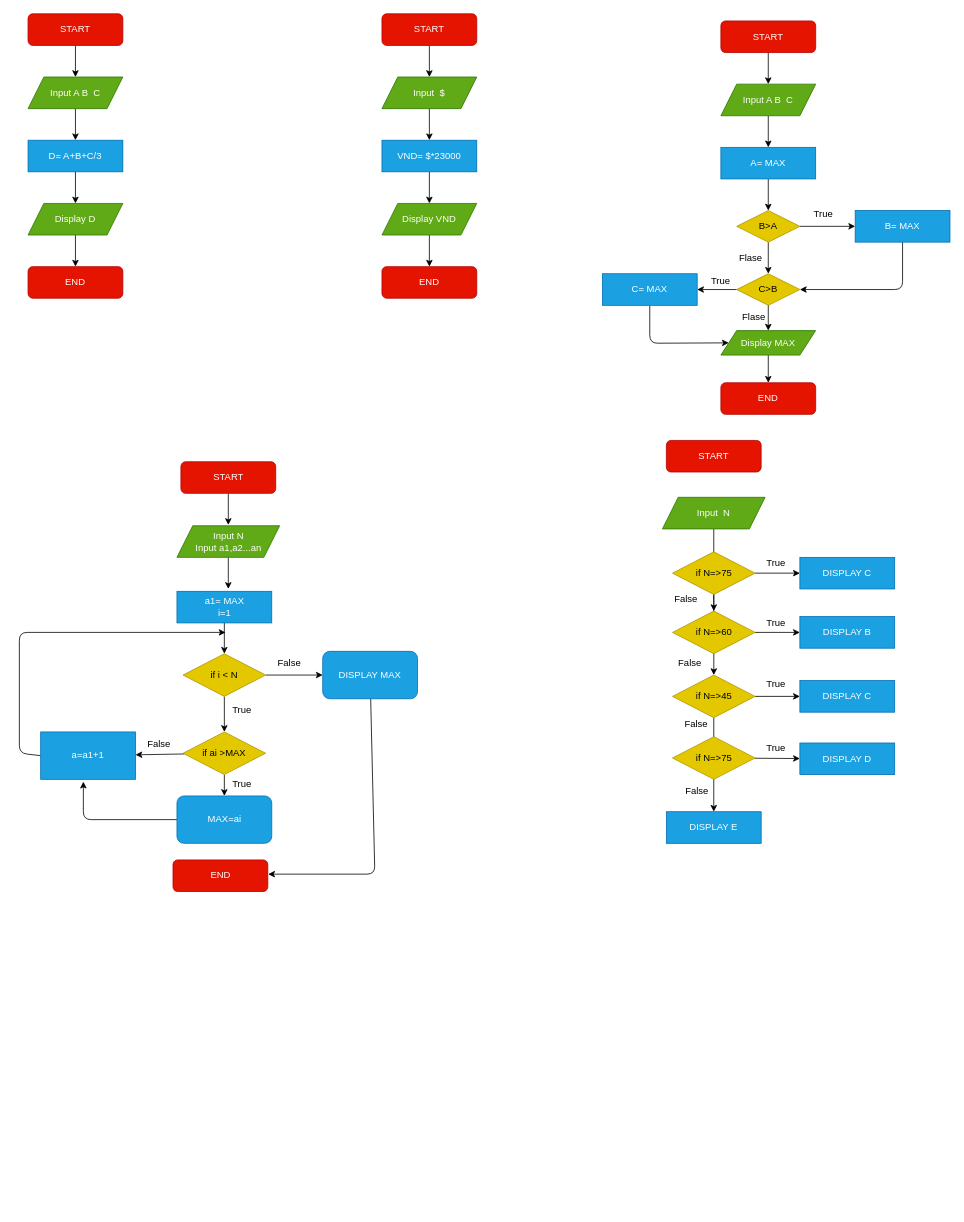
The draw.io diagram convert.dio in HoangTB/Web-Front-end-Fundamental, before the edit. Source tidied: cells renumbered, new cells numbered last; positions are measured from the earlier drawing's top-left corner, leaving out a move shared by most shapes. Both pictures are drawn from the tidied source at 79%, with x=0, y=0 at pixel (19, 13).
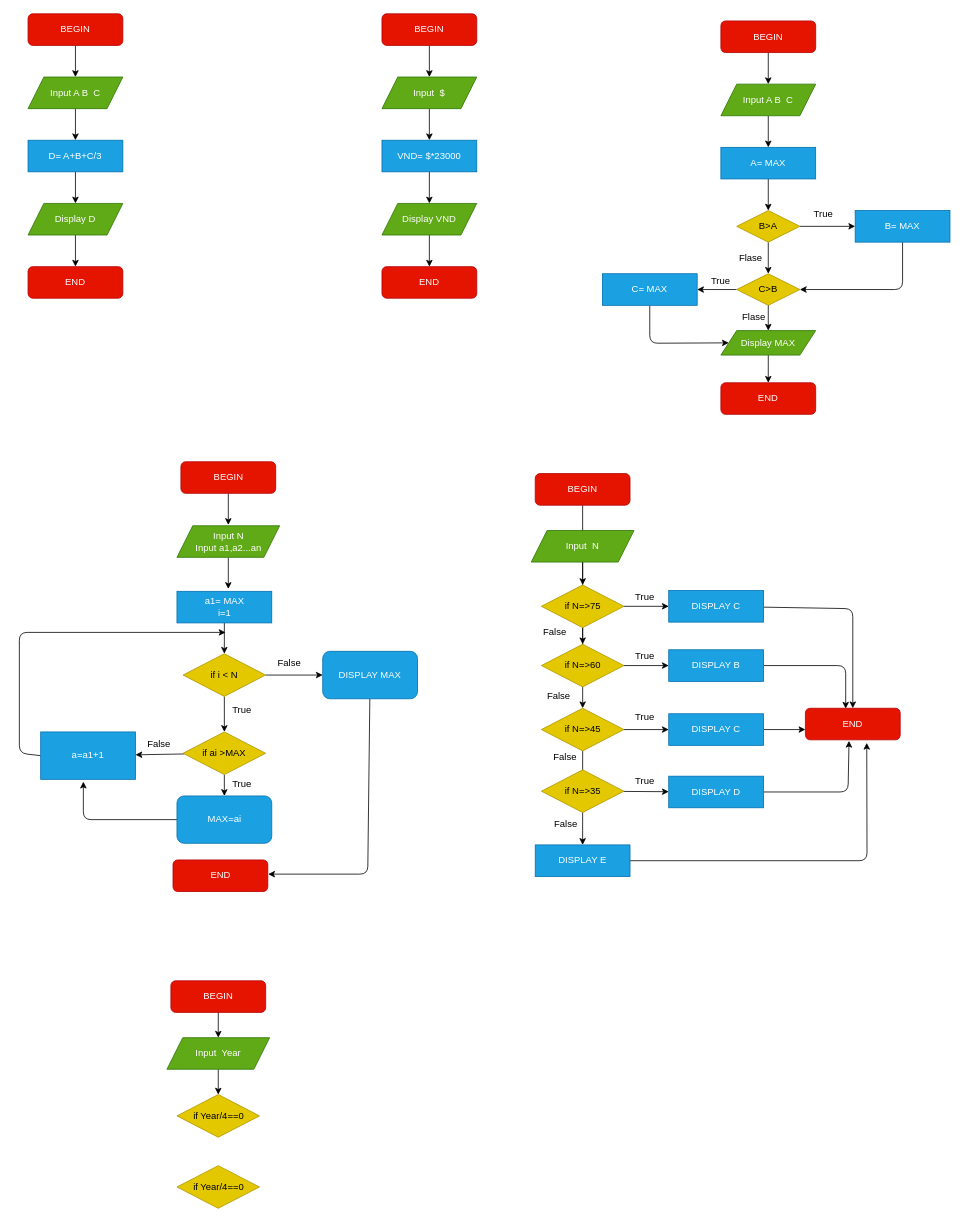
Above is the later version.

Unchanged cells that the change refers to:
```xml
<mxCell id="55" value="DISPLAY MAX" style="rounded=1;whiteSpace=wrap;html=1;fillColor=#1ba1e2;strokeColor=#006EAF;fontColor=#ffffff;" parent="1" vertex="1">
  <mxGeometry x="384" y="807" width="120" height="60" as="geometry" />
</mxCell>
```

The edit, as a diff of the source:
```diff
@@
-    <mxCell id="3" value="START" style="rounded=1;whiteSpace=wrap;html=1;fillColor=#e51400;strokeColor=#B20000;fontColor=#ffffff;" parent="1" vertex="1">
+    <mxCell id="3" value="BEGIN" style="rounded=1;whiteSpace=wrap;html=1;fillColor=#e51400;strokeColor=#B20000;fontColor=#ffffff;" parent="1" vertex="1">
       <mxGeometry x="11" width="120" height="40" as="geometry" />
     </mxCell>
@@
-    <mxCell id="12" value="START" style="rounded=1;whiteSpace=wrap;html=1;fillColor=#e51400;strokeColor=#B20000;fontColor=#ffffff;" parent="1" vertex="1">
+    <mxCell id="12" value="BEGIN" style="rounded=1;whiteSpace=wrap;html=1;fillColor=#e51400;strokeColor=#B20000;fontColor=#ffffff;" parent="1" vertex="1">
       <mxGeometry x="459" width="120" height="40" as="geometry" />
     </mxCell>
@@
-    <mxCell id="21" value="START" style="rounded=1;whiteSpace=wrap;html=1;fillColor=#e51400;strokeColor=#B20000;fontColor=#ffffff;" parent="1" vertex="1">
+    <mxCell id="21" value="BEGIN" style="rounded=1;whiteSpace=wrap;html=1;fillColor=#e51400;strokeColor=#B20000;fontColor=#ffffff;" parent="1" vertex="1">
       <mxGeometry x="888" y="9" width="120" height="40" as="geometry" />
     </mxCell>
@@
-    <mxCell id="41" value="START" style="rounded=1;whiteSpace=wrap;html=1;fillColor=#e51400;strokeColor=#B20000;fontColor=#ffffff;" parent="1" vertex="1">
+    <mxCell id="41" value="BEGIN" style="rounded=1;whiteSpace=wrap;html=1;fillColor=#e51400;strokeColor=#B20000;fontColor=#ffffff;" parent="1" vertex="1">
       <mxGeometry x="204.5" y="567" width="120" height="40" as="geometry" />
     </mxCell>
@@
     <mxCell id="54" style="edgeStyle=none;html=1;" parent="1" edge="1" source="55">
       <mxGeometry relative="1" as="geometry">
         <mxPoint x="315" y="1089" as="targetPoint" />
         <Array as="points">
-          <mxPoint x="450" y="1089" />
+          <mxPoint x="441" y="1089" />
         </Array>
       </mxGeometry>
     </mxCell>
@@
+    <mxCell id="92" style="edgeStyle=none;html=1;" parent="1" edge="1" source="62" target="67">
+      <mxGeometry relative="1" as="geometry" />
+    </mxCell>
-    <mxCell id="62" value="START" style="rounded=1;whiteSpace=wrap;html=1;fillColor=#e51400;strokeColor=#B20000;fontColor=#ffffff;" parent="1" vertex="1">
-      <mxGeometry x="819" y="540" width="120" height="40" as="geometry" />
+    <mxCell id="62" value="BEGIN" style="rounded=1;whiteSpace=wrap;html=1;fillColor=#e51400;strokeColor=#B20000;fontColor=#ffffff;" parent="1" vertex="1">
+      <mxGeometry x="653" y="582" width="120" height="40" as="geometry" />
     </mxCell>
@@
     <mxCell id="64" value="Input&amp;nbsp; N" style="shape=parallelogram;perimeter=parallelogramPerimeter;whiteSpace=wrap;html=1;fixedSize=1;strokeColor=#2D7600;fillColor=#60a917;fontColor=#ffffff;" parent="1" vertex="1">
-      <mxGeometry x="814" y="612" width="130" height="40" as="geometry" />
+      <mxGeometry x="648" y="654" width="130" height="40" as="geometry" />
     </mxCell>
@@
     <mxCell id="67" value="if N=&amp;gt;75" style="rhombus;whiteSpace=wrap;html=1;strokeColor=#B09500;fillColor=#e3c800;fontColor=#000000;" parent="1" vertex="1">
-      <mxGeometry x="826.8" y="681" width="104.5" height="54" as="geometry" />
+      <mxGeometry x="660.8" y="723" width="104.5" height="54" as="geometry" />
     </mxCell>
@@
+    <mxCell id="93" style="edgeStyle=none;html=1;entryX=0.5;entryY=0;entryDx=0;entryDy=0;" parent="1" edge="1" source="72" target="98">
+      <mxGeometry relative="1" as="geometry">
+        <Array as="points">
+          <mxPoint x="1055" y="753" />
+        </Array>
+      </mxGeometry>
+    </mxCell>
     <mxCell id="72" value="DISPLAY C" style="rounded=0;whiteSpace=wrap;html=1;strokeColor=#006EAF;fillColor=#1ba1e2;fontColor=#ffffff;" parent="1" vertex="1">
-      <mxGeometry x="988" y="688" width="120" height="40" as="geometry" />
+      <mxGeometry x="822" y="730" width="120" height="40" as="geometry" />
     </mxCell>
@@
     <mxCell id="74" value="if N=&amp;gt;60" style="rhombus;whiteSpace=wrap;html=1;strokeColor=#B09500;fillColor=#e3c800;fontColor=#000000;" parent="1" vertex="1">
-      <mxGeometry x="826.8" y="756" width="104.5" height="54" as="geometry" />
+      <mxGeometry x="660.8" y="798" width="104.5" height="54" as="geometry" />
     </mxCell>
+    <mxCell id="94" style="edgeStyle=none;html=1;entryX=0.425;entryY=0.013;entryDx=0;entryDy=0;entryPerimeter=0;" parent="1" edge="1" source="75" target="98">
+      <mxGeometry relative="1" as="geometry">
+        <Array as="points">
+          <mxPoint x="1046" y="825" />
+        </Array>
+      </mxGeometry>
+    </mxCell>
     <mxCell id="75" value="DISPLAY B" style="rounded=0;whiteSpace=wrap;html=1;strokeColor=#006EAF;fillColor=#1ba1e2;fontColor=#ffffff;" parent="1" vertex="1">
-      <mxGeometry x="988" y="763" width="120" height="40" as="geometry" />
+      <mxGeometry x="822" y="805" width="120" height="40" as="geometry" />
     </mxCell>
@@
     <mxCell id="78" value="if N=&amp;gt;45" style="rhombus;whiteSpace=wrap;html=1;strokeColor=#B09500;fillColor=#e3c800;fontColor=#000000;" parent="1" vertex="1">
-      <mxGeometry x="826.8" y="837" width="104.5" height="54" as="geometry" />
+      <mxGeometry x="660.8" y="879" width="104.5" height="54" as="geometry" />
     </mxCell>
+    <mxCell id="95" style="edgeStyle=none;html=1;exitX=1;exitY=0.5;exitDx=0;exitDy=0;entryX=0;entryY=0.675;entryDx=0;entryDy=0;entryPerimeter=0;" parent="1" edge="1" source="79" target="98">
+      <mxGeometry relative="1" as="geometry" />
+    </mxCell>
     <mxCell id="79" value="DISPLAY C" style="rounded=0;whiteSpace=wrap;html=1;strokeColor=#006EAF;fillColor=#1ba1e2;fontColor=#ffffff;" parent="1" vertex="1">
-      <mxGeometry x="988" y="844" width="120" height="40" as="geometry" />
+      <mxGeometry x="822" y="886" width="120" height="40" as="geometry" />
     </mxCell>
@@
-    <mxCell id="81" value="if N=&amp;gt;75" style="rhombus;whiteSpace=wrap;html=1;strokeColor=#B09500;fillColor=#e3c800;fontColor=#000000;" parent="1" vertex="1">
-      <mxGeometry x="826.8" y="915" width="104.5" height="54" as="geometry" />
+    <mxCell id="81" value="if N=&amp;gt;35" style="rhombus;whiteSpace=wrap;html=1;strokeColor=#B09500;fillColor=#e3c800;fontColor=#000000;" parent="1" vertex="1">
+      <mxGeometry x="660.8" y="957" width="104.5" height="54" as="geometry" />
     </mxCell>
+    <mxCell id="96" style="edgeStyle=none;html=1;exitX=1;exitY=0.5;exitDx=0;exitDy=0;entryX=0.46;entryY=1.033;entryDx=0;entryDy=0;entryPerimeter=0;" parent="1" edge="1" source="82" target="98">
+      <mxGeometry relative="1" as="geometry">
+        <Array as="points">
+          <mxPoint x="1049" y="985" />
+        </Array>
+      </mxGeometry>
+    </mxCell>
     <mxCell id="82" value="DISPLAY D" style="rounded=0;whiteSpace=wrap;html=1;strokeColor=#006EAF;fillColor=#1ba1e2;fontColor=#ffffff;" parent="1" vertex="1">
-      <mxGeometry x="988" y="923" width="120" height="40" as="geometry" />
+      <mxGeometry x="822" y="965" width="120" height="40" as="geometry" />
     </mxCell>
+    <mxCell id="97" style="edgeStyle=none;html=1;entryX=0.647;entryY=1.096;entryDx=0;entryDy=0;entryPerimeter=0;" parent="1" edge="1" source="83" target="98">
+      <mxGeometry relative="1" as="geometry">
+        <Array as="points">
+          <mxPoint x="1073" y="1072" />
+        </Array>
+      </mxGeometry>
+    </mxCell>
     <mxCell id="83" value="DISPLAY E" style="rounded=0;whiteSpace=wrap;html=1;strokeColor=#006EAF;fillColor=#1ba1e2;fontColor=#ffffff;" parent="1" vertex="1">
-      <mxGeometry x="819" y="1010" width="120" height="40" as="geometry" />
+      <mxGeometry x="653" y="1052" width="120" height="40" as="geometry" />
     </mxCell>
     <mxCell id="84" value="True" style="text;html=1;strokeColor=none;fillColor=none;align=center;verticalAlign=middle;whiteSpace=wrap;rounded=0;" parent="1" vertex="1">
-      <mxGeometry x="928" y="681" width="60" height="30" as="geometry" />
+      <mxGeometry x="762" y="723" width="60" height="30" as="geometry" />
     </mxCell>
     <mxCell id="85" value="True" style="text;html=1;strokeColor=none;fillColor=none;align=center;verticalAlign=middle;whiteSpace=wrap;rounded=0;" parent="1" vertex="1">
-      <mxGeometry x="928" y="756" width="60" height="30" as="geometry" />
+      <mxGeometry x="762" y="798" width="60" height="30" as="geometry" />
     </mxCell>
     <mxCell id="86" value="True" style="text;html=1;strokeColor=none;fillColor=none;align=center;verticalAlign=middle;whiteSpace=wrap;rounded=0;" parent="1" vertex="1">
-      <mxGeometry x="928" y="834" width="60" height="30" as="geometry" />
+      <mxGeometry x="762" y="876" width="60" height="30" as="geometry" />
     </mxCell>
     <mxCell id="87" value="True" style="text;html=1;strokeColor=none;fillColor=none;align=center;verticalAlign=middle;whiteSpace=wrap;rounded=0;" parent="1" vertex="1">
-      <mxGeometry x="928" y="915" width="60" height="30" as="geometry" />
+      <mxGeometry x="762" y="957" width="60" height="30" as="geometry" />
     </mxCell>
     <mxCell id="88" value="False" style="text;html=1;strokeColor=none;fillColor=none;align=center;verticalAlign=middle;whiteSpace=wrap;rounded=0;" parent="1" vertex="1">
-      <mxGeometry x="814" y="726" width="60" height="30" as="geometry" />
+      <mxGeometry x="648" y="768" width="60" height="30" as="geometry" />
     </mxCell>
     <mxCell id="89" value="False" style="text;html=1;strokeColor=none;fillColor=none;align=center;verticalAlign=middle;whiteSpace=wrap;rounded=0;" parent="1" vertex="1">
-      <mxGeometry x="819" y="807" width="60" height="30" as="geometry" />
+      <mxGeometry x="653" y="849" width="60" height="30" as="geometry" />
     </mxCell>
     <mxCell id="90" value="False" style="text;html=1;strokeColor=none;fillColor=none;align=center;verticalAlign=middle;whiteSpace=wrap;rounded=0;" parent="1" vertex="1">
-      <mxGeometry x="826.8" y="884" width="60" height="30" as="geometry" />
+      <mxGeometry x="660.8" y="926" width="60" height="30" as="geometry" />
     </mxCell>
     <mxCell id="91" value="False" style="text;html=1;strokeColor=none;fillColor=none;align=center;verticalAlign=middle;whiteSpace=wrap;rounded=0;" parent="1" vertex="1">
-      <mxGeometry x="828" y="969" width="60" height="30" as="geometry" />
+      <mxGeometry x="662" y="1011" width="60" height="30" as="geometry" />
     </mxCell>
+    <mxCell id="98" value="END" style="rounded=1;whiteSpace=wrap;html=1;fillColor=#e51400;strokeColor=#B20000;fontColor=#ffffff;" parent="1" vertex="1">
+      <mxGeometry x="995" y="879" width="120" height="40" as="geometry" />
+    </mxCell>
+    <mxCell id="99" style="edgeStyle=none;html=1;" parent="1" edge="1" source="100" target="102">
+      <mxGeometry relative="1" as="geometry" />
+    </mxCell>
+    <mxCell id="100" value="BEGIN" style="rounded=1;whiteSpace=wrap;html=1;fillColor=#e51400;strokeColor=#B20000;fontColor=#ffffff;" parent="1" vertex="1">
+      <mxGeometry x="191.8" y="1224" width="120" height="40" as="geometry" />
+    </mxCell>
+    <mxCell id="101" style="edgeStyle=none;html=1;" parent="1" edge="1" source="102" target="103">
+      <mxGeometry relative="1" as="geometry" />
+    </mxCell>
+    <mxCell id="102" value="Input&amp;nbsp; Year" style="shape=parallelogram;perimeter=parallelogramPerimeter;whiteSpace=wrap;html=1;fixedSize=1;strokeColor=#2D7600;fillColor=#60a917;fontColor=#ffffff;" parent="1" vertex="1">
+      <mxGeometry x="186.8" y="1296" width="130" height="40" as="geometry" />
+    </mxCell>
+    <mxCell id="103" value="if Year/4==0" style="rhombus;whiteSpace=wrap;html=1;strokeColor=#B09500;fillColor=#e3c800;fontColor=#000000;" parent="1" vertex="1">
+      <mxGeometry x="199.5" y="1368" width="104.5" height="54" as="geometry" />
+    </mxCell>
+    <mxCell id="104" value="if Year/4==0" style="rhombus;whiteSpace=wrap;html=1;strokeColor=#B09500;fillColor=#e3c800;fontColor=#000000;" parent="1" vertex="1">
+      <mxGeometry x="199.5" y="1458" width="104.5" height="54" as="geometry" />
+    </mxCell>
```
